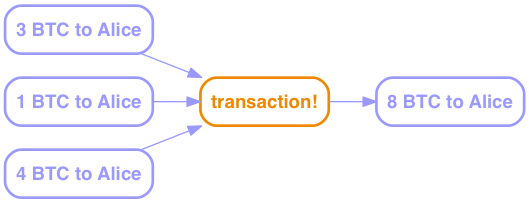
This is img/transactions-3.png from bluegraybox/BTCSplain, a Graphviz export, as it was before one commit. Its source is kept beside it as img/transactions-3.gv.
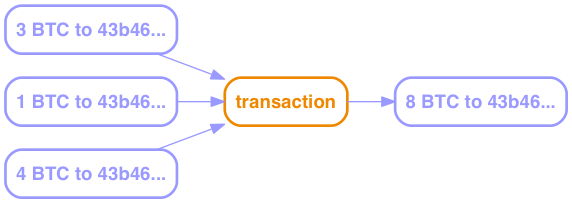
Above is the later version.

What changed in the source:
```diff
@@ -16,11 +16,11 @@
         # arrowsize=2,
         color="#9999ff",
     ];
-    "transaction!" [color="#ee8800", fontcolor="#ee8800"]
+    transaction [color="#ee8800", fontcolor="#ee8800"]
 
-    "3 BTC to Alice" -> "transaction!"
-    "1 BTC to Alice" -> "transaction!"
-    "4 BTC to Alice" -> "transaction!"
+    "3 BTC to 43b46..." -> transaction
+    "1 BTC to 43b46..." -> transaction
+    "4 BTC to 43b46..." -> transaction
 
-    "transaction!" -> "8 BTC to Alice"
+    transaction -> "8 BTC to 43b46..."
 }
```
